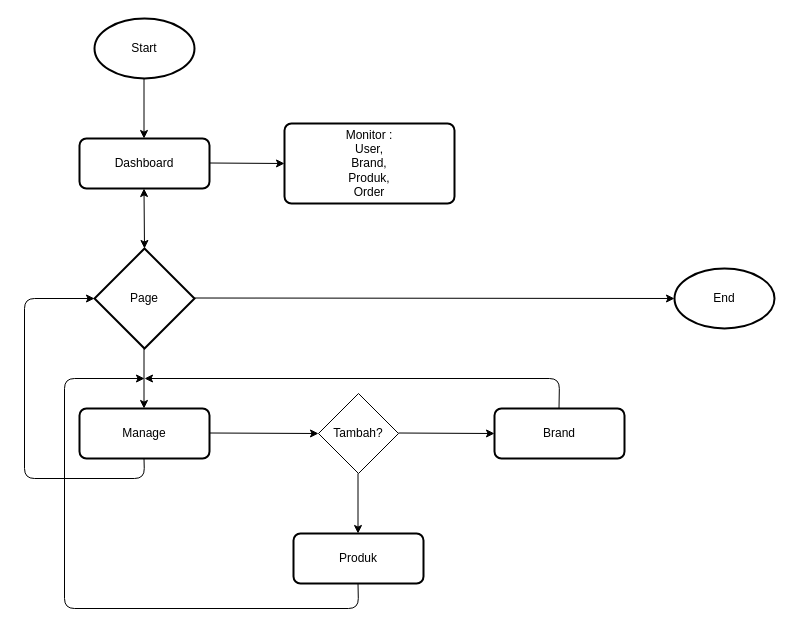
This is page "Flow Admin-Side" (3 of 6) of flow_program.drawio from ambigo7/flutter_Ecommerce, a draw.io file, before an edit. Source tidied: cells renumbered, new cells numbered last; positions are measured from the earlier drawing's top-left corner, leaving out a move shared by most shapes. Both pictures are drawn from the tidied source at 100%, with x=0, y=0 at pixel (24, 18).
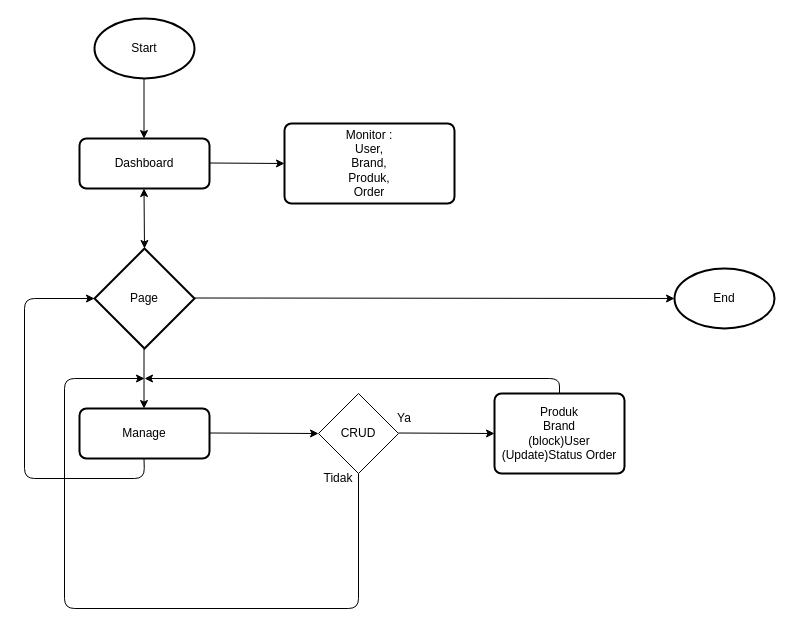
The same page after the edit.

Diff of the diagram source:
```diff
@@
-    <mxCell id="10" value="Produk" style="rounded=1;whiteSpace=wrap;html=1;absoluteArcSize=1;arcSize=14;strokeWidth=2;" parent="1" vertex="1">
-      <mxGeometry x="269" y="515" width="130" height="50" as="geometry" />
-    </mxCell>
-    <mxCell id="11" value="Tambah?" style="rhombus;whiteSpace=wrap;html=1;" parent="1" vertex="1">
+    <mxCell id="11" value="CRUD" style="rhombus;whiteSpace=wrap;html=1;" parent="1" vertex="1">
       <mxGeometry x="294" y="375" width="80" height="80" as="geometry" />
     </mxCell>
-    <mxCell id="12" value="Brand" style="rounded=1;whiteSpace=wrap;html=1;absoluteArcSize=1;arcSize=14;strokeWidth=2;" parent="1" vertex="1">
-      <mxGeometry x="470" y="390" width="130" height="50" as="geometry" />
+    <mxCell id="12" value="Produk&lt;br&gt;Brand&lt;br&gt;(block)User&lt;br&gt;(Update)Status Order" style="rounded=1;whiteSpace=wrap;html=1;absoluteArcSize=1;arcSize=14;strokeWidth=2;" parent="1" vertex="1">
+      <mxGeometry x="470" y="375" width="130" height="80" as="geometry" />
     </mxCell>
@@
-    <mxCell id="15" style="endArrow=classic;html=1;" parent="1" edge="1">
-      <mxGeometry relative="1" as="geometry">
-        <mxPoint x="333.5" y="455" as="sourcePoint" />
-        <mxPoint x="333.5" y="515" as="targetPoint" />
-      </mxGeometry>
-    </mxCell>
     <mxCell id="16" style="endArrow=classic;html=1;" parent="1" edge="1">
       <mxGeometry relative="1" as="geometry">
-        <mxPoint x="534.5" y="390" as="sourcePoint" />
+        <mxPoint x="535" y="375" as="sourcePoint" />
         <mxPoint x="120" y="360" as="targetPoint" />
         <Array as="points">
           <mxPoint x="535" y="360" />
         </Array>
       </mxGeometry>
     </mxCell>
-    <mxCell id="17" style="endArrow=classic;html=1;" parent="1" edge="1">
+    <mxCell id="17" style="endArrow=classic;html=1;exitX=0.5;exitY=1;exitDx=0;exitDy=0;" parent="1" edge="1" source="11">
       <mxGeometry relative="1" as="geometry">
-        <mxPoint x="333.5" y="565" as="sourcePoint" />
         <mxPoint x="120" y="360" as="targetPoint" />
         <Array as="points">
           <mxPoint x="334" y="590" />
           <mxPoint x="40" y="590" />
           <mxPoint x="40" y="360" />
         </Array>
       </mxGeometry>
     </mxCell>
@@
+    <mxCell id="22" value="Ya" style="text;html=1;strokeColor=none;fillColor=none;align=center;verticalAlign=middle;whiteSpace=wrap;rounded=0;" parent="1" vertex="1">
+      <mxGeometry x="360" y="390" width="40" height="20" as="geometry" />
+    </mxCell>
+    <mxCell id="23" value="Tidak" style="text;html=1;strokeColor=none;fillColor=none;align=center;verticalAlign=middle;whiteSpace=wrap;rounded=0;" parent="1" vertex="1">
+      <mxGeometry x="294" y="450" width="40" height="20" as="geometry" />
+    </mxCell>
```
